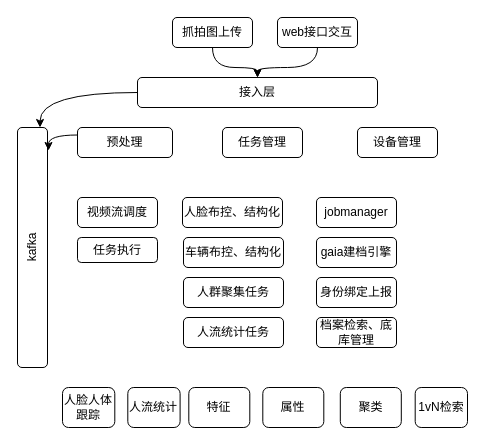
This is smart-comm.drawio from johnsondeng/drawio, a draw.io file, before an edit. Source tidied: cells renumbered, new cells numbered last; positions are measured from the earlier drawing's top-left corner, leaving out a move shared by most shapes. Both pictures are drawn from the tidied source at 100%, with x=0, y=0 at pixel (-88, 17).
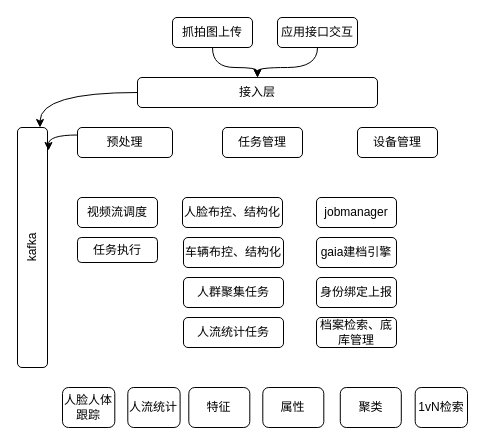
Above is the later version.

The edit, as a diff of the source:
```diff
@@
-    <mxCell id="21" value="web接口交互" style="rounded=1;whiteSpace=wrap;html=1;" parent="1" vertex="1">
+    <mxCell id="21" value="应用接口交互" style="rounded=1;whiteSpace=wrap;html=1;" parent="1" vertex="1">
       <mxGeometry x="365" width="80" height="30" as="geometry" />
     </mxCell>
```
